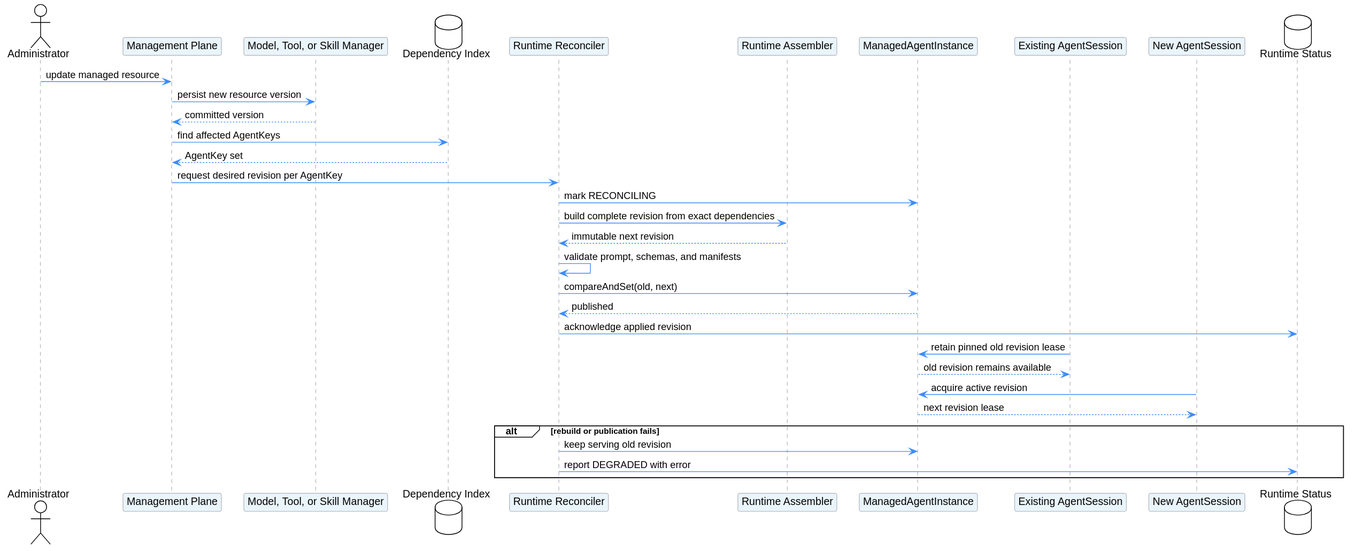
This is managed-agent-session/managed_agent_revision_reconcile.svg from superheromeZzh/pi-mono-java-design, a PlantUML export, as it was before one commit. The source it was exported from:
```plantuml
@startuml
!theme plain
skinparam backgroundColor white
skinparam defaultFontName Helvetica
skinparam shadowing false
skinparam ArrowColor #3D8DFF
skinparam sequenceParticipantBorderColor #B8BCC4
skinparam sequenceParticipantBackgroundColor #EAF5FB
skinparam sequenceLifeLineBorderColor #B8BCC4

actor Administrator
participant "Management Plane" as Management
participant "Model, Tool, or Skill Manager" as Manager
database "Dependency Index" as Index
participant "Runtime Reconciler" as Reconciler
participant "Runtime Assembler" as Assembler
participant "ManagedAgentInstance" as Instance
participant "Existing AgentSession" as Existing
participant "New AgentSession" as NewSession
database "Runtime Status" as Status

Administrator -> Management: update managed resource
Management -> Manager: persist new resource version
Manager --> Management: committed version
Management -> Index: find affected AgentKeys
Index --> Management: AgentKey set
Management -> Reconciler: request desired revision per AgentKey
Reconciler -> Instance: mark RECONCILING
Reconciler -> Assembler: build complete revision from exact dependencies
Assembler --> Reconciler: immutable next revision
Reconciler -> Reconciler: validate prompt, schemas, and manifests
Reconciler -> Instance: compareAndSet(old, next)
Instance --> Reconciler: published
Reconciler -> Status: acknowledge applied revision

Existing -> Instance: retain pinned old revision lease
Instance --> Existing: old revision remains available
NewSession -> Instance: acquire active revision
Instance --> NewSession: next revision lease

alt rebuild or publication fails
  Reconciler -> Instance: keep serving old revision
  Reconciler -> Status: report DEGRADED with error
end
@enduml
```
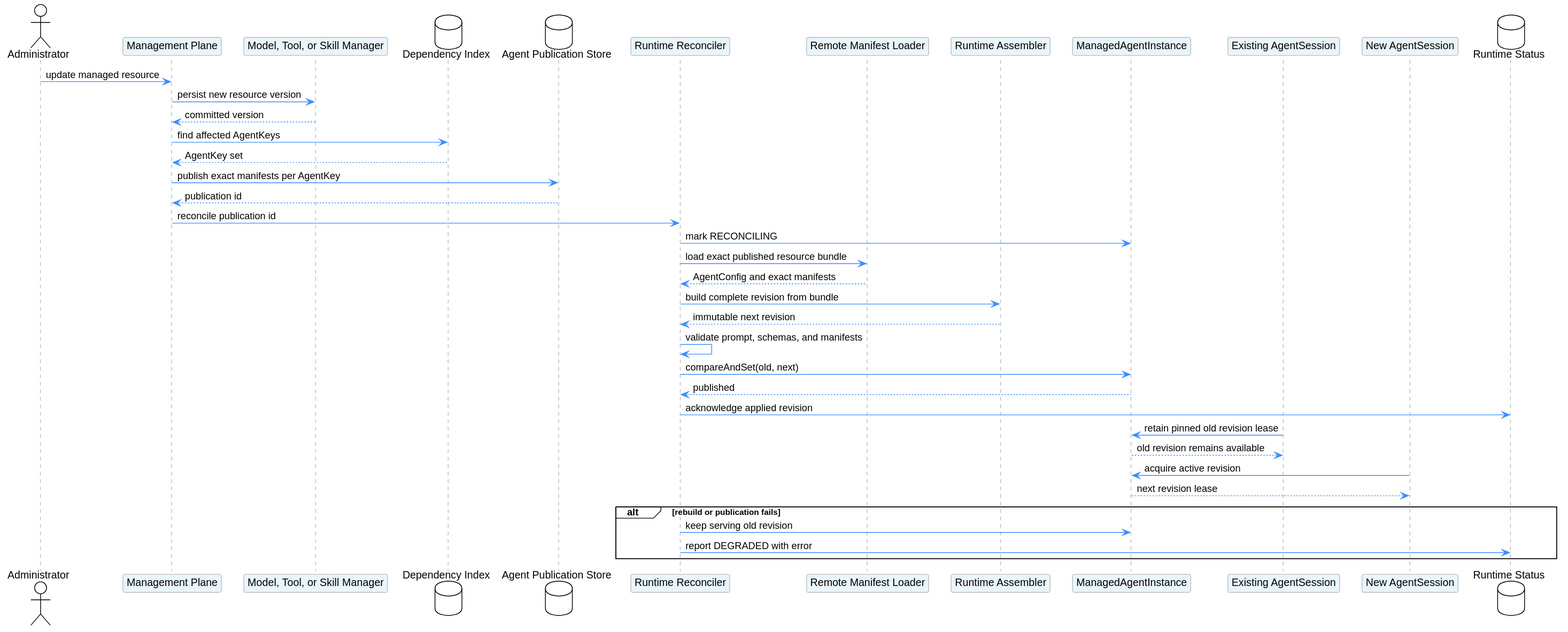
Later version of the same file.

Commit message:
docs(agent): define manager-backed callable discovery

Diff of the diagram source:
```diff
@@ -12,7 +12,9 @@
 participant "Management Plane" as Management
 participant "Model, Tool, or Skill Manager" as Manager
 database "Dependency Index" as Index
+database "Agent Publication Store" as Publication
 participant "Runtime Reconciler" as Reconciler
+participant "Remote Manifest Loader" as Loader
 participant "Runtime Assembler" as Assembler
 participant "ManagedAgentInstance" as Instance
 participant "Existing AgentSession" as Existing
@@ -24,9 +26,13 @@
 Manager --> Management: committed version
 Management -> Index: find affected AgentKeys
 Index --> Management: AgentKey set
-Management -> Reconciler: request desired revision per AgentKey
+Management -> Publication: publish exact manifests per AgentKey
+Publication --> Management: publication id
+Management -> Reconciler: reconcile publication id
 Reconciler -> Instance: mark RECONCILING
-Reconciler -> Assembler: build complete revision from exact dependencies
+Reconciler -> Loader: load exact published resource bundle
+Loader --> Reconciler: AgentConfig and exact manifests
+Reconciler -> Assembler: build complete revision from bundle
 Assembler --> Reconciler: immutable next revision
 Reconciler -> Reconciler: validate prompt, schemas, and manifests
 Reconciler -> Instance: compareAndSet(old, next)
```
